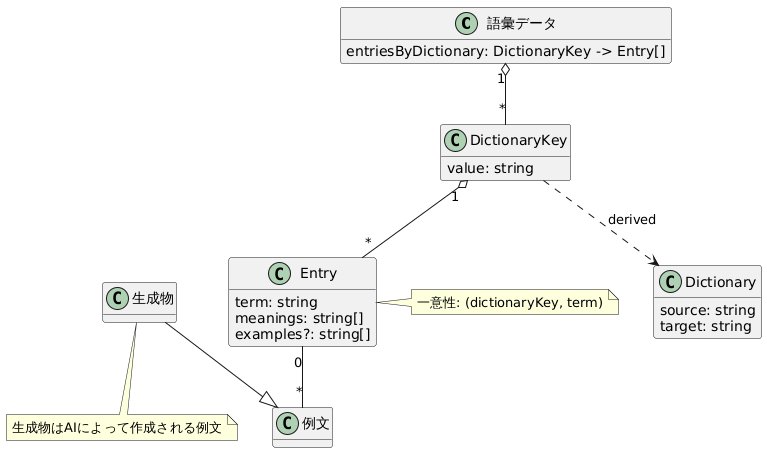
The PlantUML diagram docs/model.png in tooppoo/lexica, before a commit. Its diagram source:
```plantuml
@startuml
hide methods
skinparam classAttributeIconSize 0


class "語彙データ" {
  entriesByDictionary: DictionaryKey -> Entry[]
}

class DictionaryKey {
  value: string
}

class Entry {
  term: string
  meanings: string[]
  examples?: string[]
}

class Dictionary {
  source: string
  target: string
}

class "例文"
class "生成物"

"語彙データ" "1" o-- "*" DictionaryKey
DictionaryKey "1" o-- "*" Entry
DictionaryKey ..> Dictionary : derived
Entry "0" -- "*" "例文"
"生成物" --|> "例文"

note right of Entry
  一意性: (dictionaryKey, term)
end note

note bottom of "生成物"
  生成物はAIによって作成される例文
end note

@enduml
```
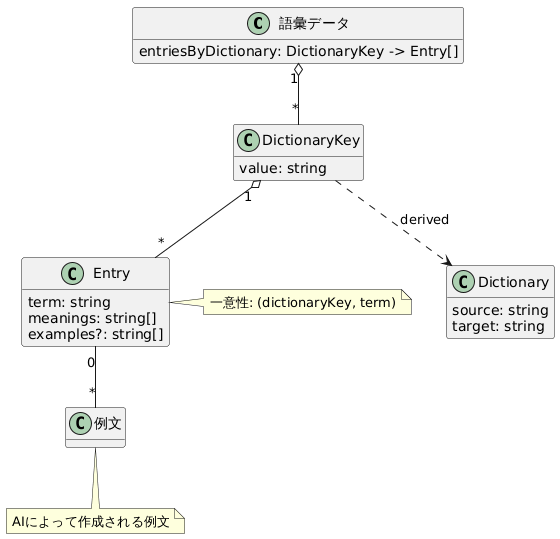
Later version of the same file.

The edit, as a diff of the source:
```diff
@@ -23,20 +23,18 @@
 }
 
 class "例文"
-class "生成物"
 
 "語彙データ" "1" o-- "*" DictionaryKey
 DictionaryKey "1" o-- "*" Entry
 DictionaryKey ..> Dictionary : derived
 Entry "0" -- "*" "例文"
-"生成物" --|> "例文"
 
 note right of Entry
   一意性: (dictionaryKey, term)
 end note
 
-note bottom of "生成物"
-  生成物はAIによって作成される例文
+note bottom of "例文"
+  AIによって作成される例文
 end note
 
 @enduml
```
